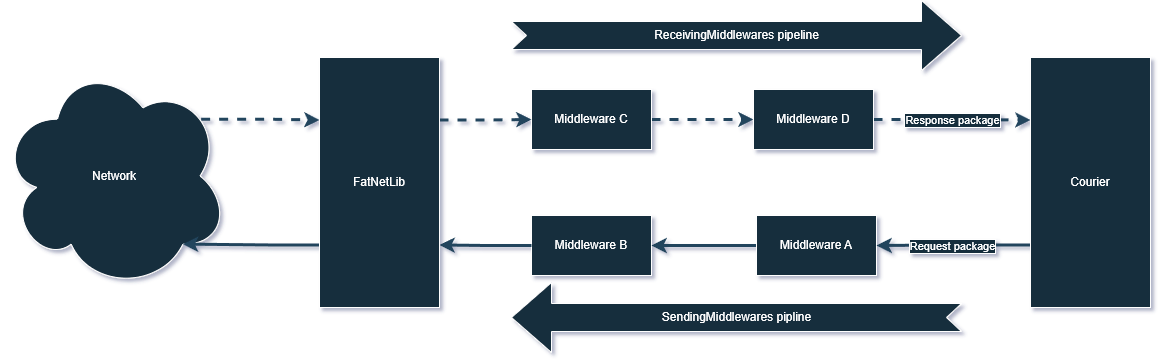
This is docs/2-essentials/images/sending-middlewares-pipeline.drawio.png from VasiliyKolihalov/FatNetLib, a draw.io export, as it was before one commit. Source tidied: cells renumbered, new cells last; positions are measured from the earlier drawing's top-left corner, leaving out a move shared by most shapes.
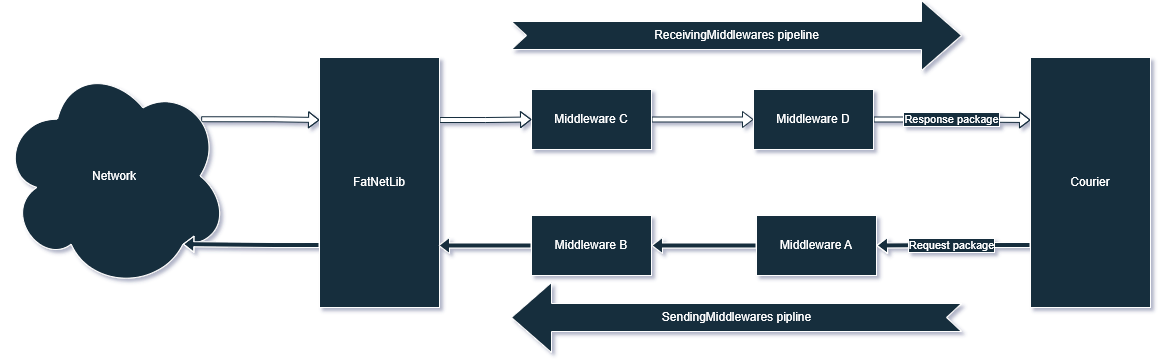
Above is the later version.

What changed in the source:
```diff
@@ -2,13 +2,13 @@
   <root>
     <mxCell id="0" />
     <mxCell id="1" parent="0" />
-    <mxCell id="2" style="edgeStyle=orthogonalEdgeStyle;rounded=0;jettySize=auto;html=1;entryX=0;entryY=0.5;entryDx=0;entryDy=0;strokeColor=#23445D;labelBackgroundColor=none;fontColor=default;strokeWidth=3;dashed=1;" parent="1" edge="1" source="3" target="5">
+    <mxCell id="2" style="edgeStyle=orthogonalEdgeStyle;rounded=0;jettySize=auto;html=1;entryX=0;entryY=0.5;entryDx=0;entryDy=0;strokeColor=#182E3E;labelBackgroundColor=default;fontColor=default;strokeWidth=1;shape=flexArrow;fontSize=18;shadow=0;fillColor=#FFFFFF;arcSize=20;endSize=3.1619047619047618;width=5;endWidth=10;" parent="1" edge="1" source="3" target="5">
       <mxGeometry relative="1" as="geometry" />
     </mxCell>
     <mxCell id="3" value="Middleware C" style="rounded=0;whiteSpace=wrap;html=1;strokeColor=#FFFFFF;fontColor=#FFFFFF;fillColor=#182E3E;labelBackgroundColor=none;" parent="1" vertex="1">
       <mxGeometry x="531" y="89" width="120" height="60" as="geometry" />
     </mxCell>
-    <mxCell id="4" style="edgeStyle=orthogonalEdgeStyle;rounded=0;jettySize=auto;html=1;entryX=0;entryY=0.25;entryDx=0;entryDy=0;strokeColor=#23445D;labelBackgroundColor=none;fontColor=default;strokeWidth=3;dashed=1;" parent="1" edge="1" source="5" target="12">
+    <mxCell id="4" style="edgeStyle=orthogonalEdgeStyle;rounded=0;jettySize=auto;html=1;entryX=0;entryY=0.25;entryDx=0;entryDy=0;strokeColor=#182E3E;labelBackgroundColor=default;fontColor=default;strokeWidth=1;shape=flexArrow;fontSize=18;shadow=0;fillColor=#FFFFFF;arcSize=20;endSize=3.1619047619047618;width=5;endWidth=10;" parent="1" edge="1" source="5" target="12">
       <mxGeometry relative="1" as="geometry" />
     </mxCell>
     <mxCell id="5" value="Middleware D" style="rounded=0;whiteSpace=wrap;html=1;strokeColor=#FFFFFF;fontColor=#FFFFFF;fillColor=#182E3E;labelBackgroundColor=none;" parent="1" vertex="1">
@@ -17,7 +17,7 @@
     <mxCell id="6" value="Middleware B" style="rounded=0;whiteSpace=wrap;html=1;strokeColor=#FFFFFF;fontColor=#FFFFFF;fillColor=#182E3E;labelBackgroundColor=none;" parent="1" vertex="1">
       <mxGeometry x="531" y="215" width="120" height="60" as="geometry" />
     </mxCell>
-    <mxCell id="7" style="edgeStyle=orthogonalEdgeStyle;rounded=0;jettySize=auto;html=1;strokeColor=#23445D;labelBackgroundColor=none;fontColor=default;strokeWidth=3;" parent="1" edge="1" source="8" target="6">
+    <mxCell id="7" style="edgeStyle=orthogonalEdgeStyle;rounded=0;jettySize=auto;html=1;strokeColor=#FFFFFF;labelBackgroundColor=default;fontColor=default;strokeWidth=1;shape=flexArrow;fontSize=18;shadow=0;fillColor=#182E3E;arcSize=20;endSize=3.1619047619047618;width=5;endWidth=10;" parent="1" edge="1" source="8" target="6">
       <mxGeometry relative="1" as="geometry" />
     </mxCell>
     <mxCell id="8" value="Middleware A" style="rounded=0;whiteSpace=wrap;html=1;strokeColor=#FFFFFF;fontColor=#FFFFFF;fillColor=#182E3E;labelBackgroundColor=none;" parent="1" vertex="1">
@@ -29,28 +29,25 @@
     <mxCell id="10" value="SendingMiddlewares pipline" style="html=1;shadow=0;dashed=0;align=center;verticalAlign=middle;shape=mxgraph.arrows2.arrow;dy=0.6;dx=40;notch=15;strokeColor=#FFFFFF;fontColor=#FFFFFF;fillColor=#182E3E;flipH=1;labelBackgroundColor=none;" parent="1" vertex="1">
       <mxGeometry x="511" y="282" width="450" height="70" as="geometry" />
     </mxCell>
-    <mxCell id="11" style="edgeStyle=orthogonalEdgeStyle;rounded=0;jettySize=auto;html=1;strokeColor=#23445D;exitX=0;exitY=0.75;exitDx=0;exitDy=0;labelBackgroundColor=none;fontColor=default;strokeWidth=3;" parent="1" edge="1" source="12" target="8">
+    <mxCell id="11" style="edgeStyle=orthogonalEdgeStyle;rounded=0;jettySize=auto;html=1;strokeColor=#FFFFFF;exitX=0;exitY=0.75;exitDx=0;exitDy=0;labelBackgroundColor=default;fontColor=default;strokeWidth=1;shape=flexArrow;fontSize=18;shadow=0;fillColor=#182E3E;arcSize=20;endSize=3.1619047619047618;width=5;endWidth=10;" parent="1" edge="1" source="12" target="8">
       <mxGeometry relative="1" as="geometry" />
     </mxCell>
     <mxCell id="12" value="Courier" style="rounded=0;whiteSpace=wrap;html=1;strokeColor=#FFFFFF;fontColor=#FFFFFF;fillColor=#182E3E;labelBackgroundColor=none;" parent="1" vertex="1">
       <mxGeometry x="1030" y="57" width="120" height="250" as="geometry" />
     </mxCell>
-    <mxCell id="13" style="edgeStyle=orthogonalEdgeStyle;rounded=0;jettySize=auto;html=1;exitX=0.88;exitY=0.25;exitDx=0;exitDy=0;exitPerimeter=0;entryX=0;entryY=0.25;entryDx=0;entryDy=0;strokeColor=#23445D;labelBackgroundColor=none;strokeWidth=3;dashed=1;" parent="1" edge="1" source="14" target="19">
+    <mxCell id="13" style="edgeStyle=orthogonalEdgeStyle;rounded=0;jettySize=auto;html=1;exitX=0.88;exitY=0.25;exitDx=0;exitDy=0;exitPerimeter=0;entryX=0;entryY=0.25;entryDx=0;entryDy=0;strokeColor=#182E3E;labelBackgroundColor=default;strokeWidth=1;shape=flexArrow;fontSize=18;shadow=0;fillColor=#FFFFFF;arcSize=20;endSize=3.1619047619047618;width=5;endWidth=10;" parent="1" edge="1" source="14" target="19">
       <mxGeometry relative="1" as="geometry" />
     </mxCell>
     <mxCell id="14" value="Network" style="ellipse;shape=cloud;whiteSpace=wrap;html=1;labelBackgroundColor=none;fillColor=#182E3E;strokeColor=#FFFFFF;fontColor=#FFFFFF;" parent="1" vertex="1">
       <mxGeometry y="62" width="228" height="227" as="geometry" />
     </mxCell>
-    <mxCell id="15" style="edgeStyle=orthogonalEdgeStyle;rounded=0;jettySize=auto;html=1;entryX=1;entryY=0.75;entryDx=0;entryDy=0;strokeColor=#23445D;labelBackgroundColor=none;fontColor=default;strokeWidth=3;" parent="1" edge="1" source="6" target="19">
-      <mxGeometry relative="1" as="geometry" />
-    </mxCell>
     <mxCell id="16" value="Request package" style="edgeLabel;html=1;align=center;verticalAlign=middle;fontColor=#FFFFFF;labelBackgroundColor=#182E3E;labelBorderColor=#FFFFFF;" parent="1" vertex="1">
       <mxGeometry x="951" y="245" as="geometry" />
     </mxCell>
-    <mxCell id="17" style="edgeStyle=orthogonalEdgeStyle;rounded=0;jettySize=auto;html=1;exitX=0;exitY=0.75;exitDx=0;exitDy=0;entryX=0.8;entryY=0.8;entryDx=0;entryDy=0;entryPerimeter=0;strokeColor=#23445D;labelBackgroundColor=none;strokeWidth=3;" parent="1" edge="1" source="19" target="14">
+    <mxCell id="17" style="edgeStyle=orthogonalEdgeStyle;rounded=0;jettySize=auto;html=1;exitX=0;exitY=0.75;exitDx=0;exitDy=0;entryX=0.8;entryY=0.8;entryDx=0;entryDy=0;entryPerimeter=0;strokeColor=#FFFFFF;labelBackgroundColor=default;strokeWidth=1;shape=flexArrow;fontSize=18;shadow=0;fillColor=#182E3E;arcSize=20;endSize=3.1619047619047618;width=5;endWidth=10;" parent="1" edge="1" source="19" target="14">
       <mxGeometry relative="1" as="geometry" />
     </mxCell>
-    <mxCell id="18" style="edgeStyle=orthogonalEdgeStyle;rounded=0;jettySize=auto;html=1;exitX=1;exitY=0.25;exitDx=0;exitDy=0;strokeColor=#23445D;labelBackgroundColor=none;strokeWidth=3;dashed=1;" parent="1" edge="1" source="19" target="3">
+    <mxCell id="18" style="edgeStyle=orthogonalEdgeStyle;rounded=0;jettySize=auto;html=1;exitX=1;exitY=0.25;exitDx=0;exitDy=0;strokeColor=#182E3E;labelBackgroundColor=default;strokeWidth=1;shape=flexArrow;fontSize=18;shadow=0;fillColor=#FFFFFF;arcSize=20;endSize=3.1619047619047618;width=5;endWidth=10;" parent="1" edge="1" source="19" target="3">
       <mxGeometry relative="1" as="geometry" />
     </mxCell>
     <mxCell id="19" value="FatNetLib" style="rounded=0;whiteSpace=wrap;html=1;strokeColor=#FFFFFF;fontColor=#FFFFFF;fillColor=#182E3E;labelBackgroundColor=none;" parent="1" vertex="1">
@@ -59,5 +56,11 @@
     <mxCell id="20" value="Response package" style="edgeLabel;html=1;align=center;verticalAlign=middle;fontColor=#FFFFFF;labelBackgroundColor=#182E3E;labelBorderColor=#FFFFFF;" parent="1" vertex="1">
       <mxGeometry x="951" y="119" as="geometry" />
     </mxCell>
+    <mxCell id="21" style="edgeStyle=orthogonalEdgeStyle;rounded=0;orthogonalLoop=1;jettySize=auto;html=1;strokeColor=#FFFFFF;labelBackgroundColor=default;fontColor=default;strokeWidth=1;shape=flexArrow;fontSize=18;shadow=0;fillColor=#182E3E;arcSize=20;endSize=3.1619047619047618;width=5;endWidth=10;" parent="1" edge="1">
+      <mxGeometry relative="1" as="geometry">
+        <mxPoint x="531" y="245" as="sourcePoint" />
+        <mxPoint x="438" y="245" as="targetPoint" />
+      </mxGeometry>
+    </mxCell>
   </root>
 </mxGraphModel>
```
